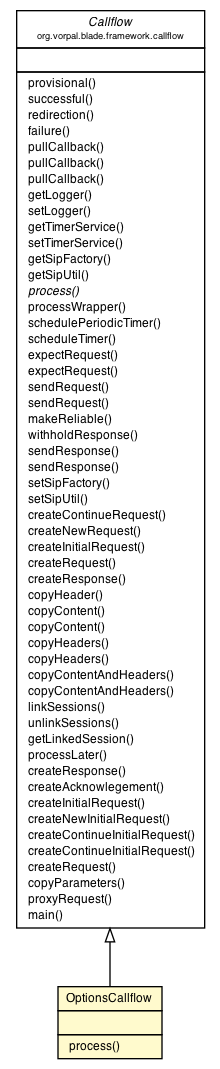
The Graphviz diagram blade/vorpal-blade-options/org/vorpal/blade/services/options/OptionsCallflow.png in vorpalnet/vorpalnet.github.io, before a commit. Its source is kept beside it as blade/vorpal-blade-options/org/vorpal/blade/services/options/OptionsCallflow.dot.
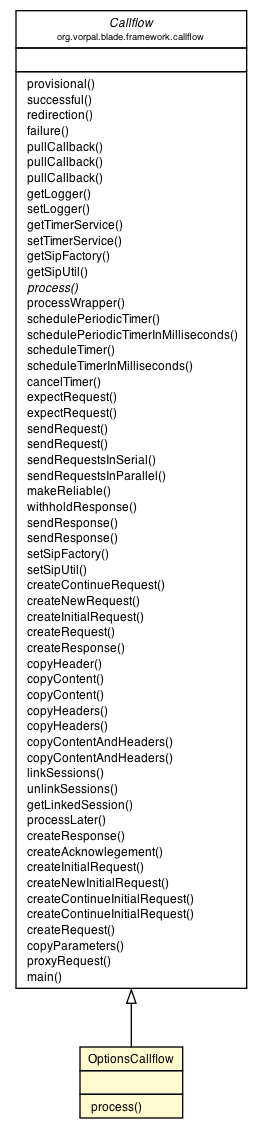
The same file after the commit.

Change to the diagram source:
```diff
@@ -4,7 +4,7 @@
 	node [fontname="Helvetica",fontsize=10,shape=plaintext];
 	nodesep=0.25;
 	ranksep=0.5;
-	c36 [label=<<table title="org.vorpal.blade.services.options.OptionsCallflow" border="0" cellborder="1" cellspacing="0" cellpadding="2" port="p" bgcolor="lemonChiffon" href="./OptionsCallflow.html">
+	c37 [label=<<table title="org.vorpal.blade.services.options.OptionsCallflow" border="0" cellborder="1" cellspacing="0" cellpadding="2" port="p" bgcolor="lemonChiffon" href="./OptionsCallflow.html">
 		<tr><td><table border="0" cellspacing="0" cellpadding="1">
 <tr><td align="center" balign="center"> OptionsCallflow </td></tr>
 		</table></td></tr>
@@ -15,8 +15,8 @@
 <tr><td align="left" balign="left">  process() </td></tr>
 		</table></td></tr>
 		</table>>, fontname="Helvetica", fontcolor="black", fontsize=9.0];
-	c38:p -> c36:p [dir=back,arrowtail=empty];
-	c38 [label=<<table title="org.vorpal.blade.framework.callflow.Callflow" border="0" cellborder="1" cellspacing="0" cellpadding="2" port="p" href="http://java.sun.com/j2se/1.4.2/docs/api/org/vorpal/blade/framework/callflow/Callflow.html">
+	c39:p -> c37:p [dir=back,arrowtail=empty];
+	c39 [label=<<table title="org.vorpal.blade.framework.callflow.Callflow" border="0" cellborder="1" cellspacing="0" cellpadding="2" port="p" href="http://java.sun.com/j2se/1.4.2/docs/api/org/vorpal/blade/framework/callflow/Callflow.html">
 		<tr><td><table border="0" cellspacing="0" cellpadding="1">
 <tr><td align="center" balign="center"><font face="Helvetica-Oblique"> Callflow </font></td></tr>
 <tr><td align="center" balign="center"><font point-size="7.0"> org.vorpal.blade.framework.callflow </font></td></tr>
@@ -41,11 +41,16 @@
 <tr><td align="left" balign="left"><font face="Helvetica-Oblique" point-size="9.0">  process() </font></td></tr>
 <tr><td align="left" balign="left">  processWrapper() </td></tr>
 <tr><td align="left" balign="left">  schedulePeriodicTimer() </td></tr>
+<tr><td align="left" balign="left">  schedulePeriodicTimerInMilliseconds() </td></tr>
 <tr><td align="left" balign="left">  scheduleTimer() </td></tr>
+<tr><td align="left" balign="left">  scheduleTimerInMilliseconds() </td></tr>
+<tr><td align="left" balign="left">  cancelTimer() </td></tr>
 <tr><td align="left" balign="left">  expectRequest() </td></tr>
 <tr><td align="left" balign="left">  expectRequest() </td></tr>
 <tr><td align="left" balign="left">  sendRequest() </td></tr>
 <tr><td align="left" balign="left">  sendRequest() </td></tr>
+<tr><td align="left" balign="left">  sendRequestsInSerial() </td></tr>
+<tr><td align="left" balign="left">  sendRequestsInParallel() </td></tr>
 <tr><td align="left" balign="left">  makeReliable() </td></tr>
 <tr><td align="left" balign="left">  withholdResponse() </td></tr>
 <tr><td align="left" balign="left">  sendResponse() </td></tr>
```
